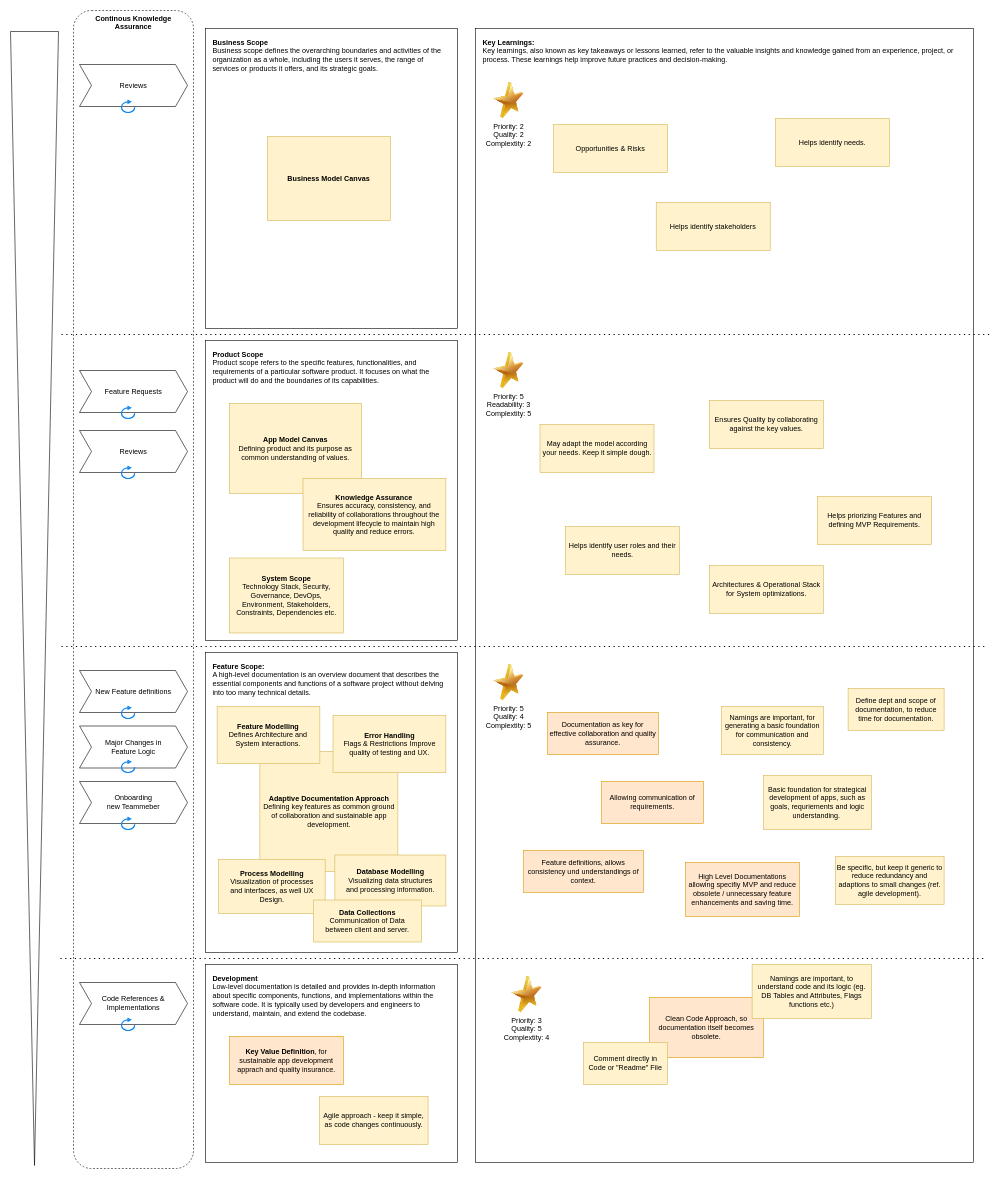
CarlsonBuma/laravel-quasar-template keeps this draw.io diagram as docs/Documentation Approach.drawio. Above is the earlier version. Source tidied: cells renumbered, new cells numbered last; positions are measured from the earlier drawing's top-left corner, leaving out a move shared by most shapes. Both pictures are drawn from the tidied source at 60%, with x=0, y=0 at pixel (-533, 10).
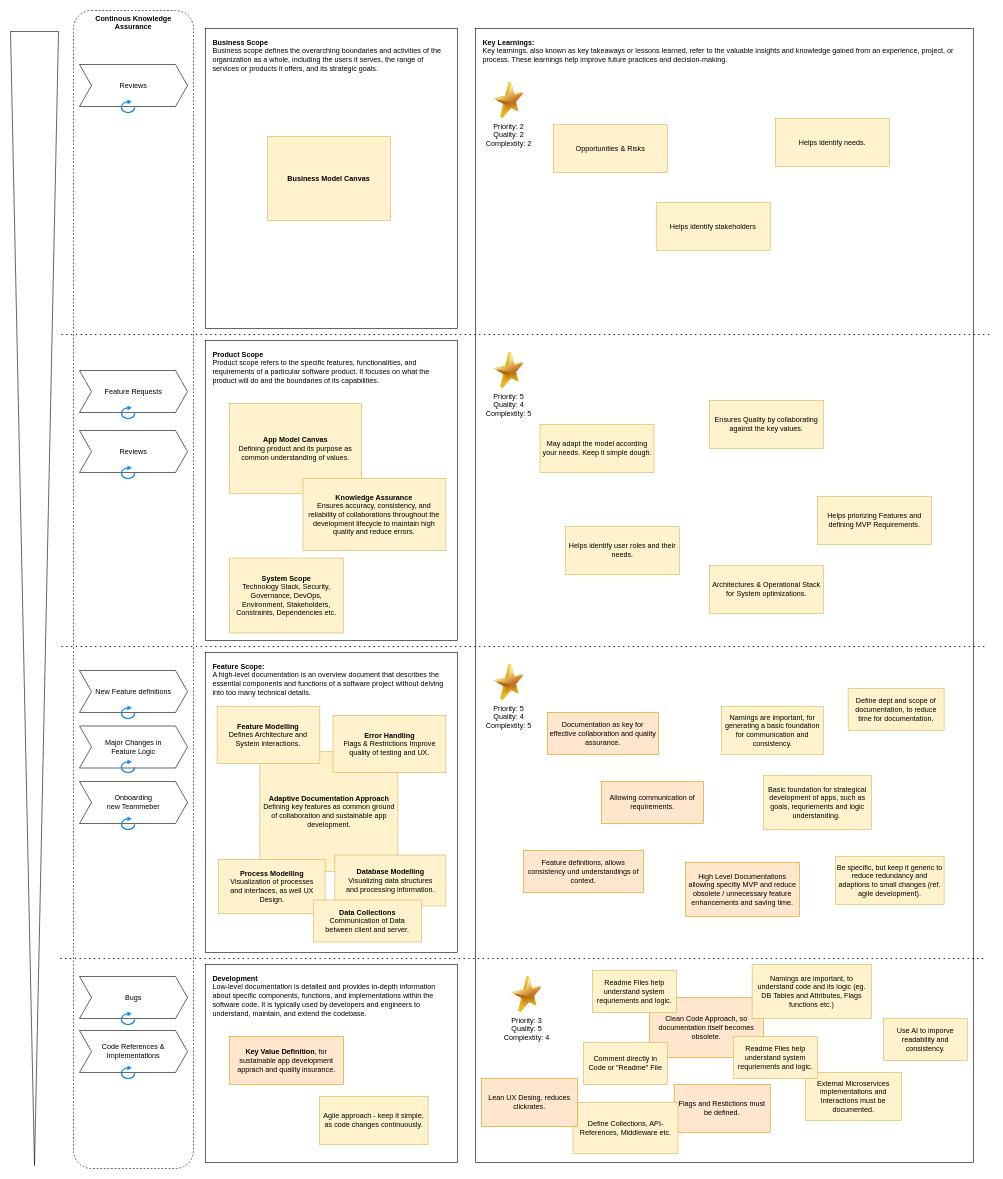
After the change.

The edit, as a diff of the source:
```diff
@@
     <mxCell id="10" value="Code References &amp;amp; Implementations" style="shape=step;perimeter=stepPerimeter;whiteSpace=wrap;html=1;fixedSize=1;" parent="1" vertex="1">
-      <mxGeometry x="1020" y="1620" width="180" height="70" as="geometry" />
+      <mxGeometry x="1020" y="1700" width="180" height="70" as="geometry" />
     </mxCell>
@@
     <mxCell id="31" style="html=1;verticalLabelPosition=bottom;align=center;labelBackgroundColor=#ffffff;verticalAlign=top;strokeWidth=2;strokeColor=#0080F0;shadow=0;dashed=0;shape=mxgraph.ios7.icons.reload;" parent="1" vertex="1">
-      <mxGeometry x="1090" y="1680" width="22" height="20" as="geometry" />
+      <mxGeometry x="1090" y="1760" width="22" height="20" as="geometry" />
     </mxCell>
@@
-    <mxCell id="55" value="Priority: 5&lt;br&gt;Readability: 3&lt;br style=&quot;border-color: var(--border-color);&quot;&gt;Complextity: 5" style="image;html=1;image=img/lib/clip_art/general/Star_128x128.png;" parent="1" vertex="1">
+    <mxCell id="55" value="Priority: 5&lt;br&gt;Quality: 4&lt;br style=&quot;border-color: var(--border-color);&quot;&gt;Complextity: 5" style="image;html=1;image=img/lib/clip_art/general/Star_128x128.png;" parent="1" vertex="1">
       <mxGeometry x="1700" y="570" width="70" height="60" as="geometry" />
     </mxCell>
@@
+    <mxCell id="61" value="&lt;span style=&quot;text-align: left; background-color: initial;&quot;&gt;External Microservices implementations and Interactions must be documented.&lt;/span&gt;" style="rounded=0;whiteSpace=wrap;html=1;fillColor=#fff2cc;strokeColor=#d6b656;" parent="1" vertex="1">
+      <mxGeometry x="2230" y="1770" width="160" height="80" as="geometry" />
+    </mxCell>
+    <mxCell id="62" value="&lt;span style=&quot;text-align: left; background-color: initial;&quot;&gt;Flags and Restictions must be defined.&lt;/span&gt;" style="rounded=0;whiteSpace=wrap;html=1;fillColor=#ffe6cc;strokeColor=#d79b00;" parent="1" vertex="1">
+      <mxGeometry x="2011.2" y="1790" width="160" height="80" as="geometry" />
+    </mxCell>
+    <mxCell id="63" value="Bugs" style="shape=step;perimeter=stepPerimeter;whiteSpace=wrap;html=1;fixedSize=1;" parent="1" vertex="1">
+      <mxGeometry x="1020" y="1610" width="180" height="70" as="geometry" />
+    </mxCell>
+    <mxCell id="64" style="html=1;verticalLabelPosition=bottom;align=center;labelBackgroundColor=#ffffff;verticalAlign=top;strokeWidth=2;strokeColor=#0080F0;shadow=0;dashed=0;shape=mxgraph.ios7.icons.reload;" parent="1" vertex="1">
+      <mxGeometry x="1090" y="1670" width="22" height="20" as="geometry" />
+    </mxCell>
+    <mxCell id="65" value="&lt;span style=&quot;text-align: left; background-color: initial;&quot;&gt;Readme Files help understand system requriements and logic.&lt;/span&gt;" style="rounded=0;whiteSpace=wrap;html=1;fillColor=#fff2cc;strokeColor=#d6b656;" parent="1" vertex="1">
+      <mxGeometry x="2110" y="1710" width="140" height="70" as="geometry" />
+    </mxCell>
+    <mxCell id="66" value="&lt;span style=&quot;text-align: left; background-color: initial;&quot;&gt;Use AI to imporve readability and consistency.&lt;/span&gt;" style="rounded=0;whiteSpace=wrap;html=1;fillColor=#fff2cc;strokeColor=#d6b656;" parent="1" vertex="1">
+      <mxGeometry x="2360" y="1680" width="140" height="70" as="geometry" />
+    </mxCell>
+    <mxCell id="67" value="&lt;span style=&quot;text-align: left; background-color: initial;&quot;&gt;Readme Files help understand system requriements and logic.&lt;/span&gt;" style="rounded=0;whiteSpace=wrap;html=1;fillColor=#fff2cc;strokeColor=#d6b656;" parent="1" vertex="1">
+      <mxGeometry x="1875" y="1600" width="140" height="70" as="geometry" />
+    </mxCell>
+    <mxCell id="68" value="&lt;div style=&quot;&quot;&gt;Define Collections, API-References, Middleware etc.&lt;/div&gt;" style="rounded=0;whiteSpace=wrap;html=1;fillColor=#fff2cc;strokeColor=#d6b656;align=center;" parent="1" vertex="1">
+      <mxGeometry x="1842.5" y="1820" width="175" height="85" as="geometry" />
+    </mxCell>
+    <mxCell id="69" value="&lt;span style=&quot;text-align: left; background-color: initial;&quot;&gt;Lean UX Desing, reduces clickrates.&lt;/span&gt;" style="rounded=0;whiteSpace=wrap;html=1;fillColor=#ffe6cc;strokeColor=#d79b00;" parent="1" vertex="1">
+      <mxGeometry x="1690" y="1780" width="160" height="80" as="geometry" />
+    </mxCell>
```
